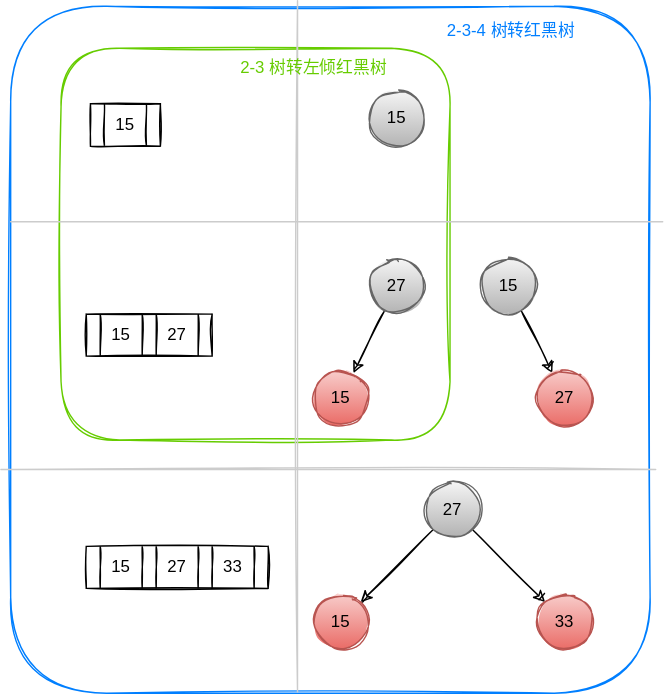
Earlier version of the draw.io export computer/data_structure/tree/btree2rbtree.svg (Jie6/draw.io_store_open). Source tidied: cells renumbered, new cells last; positions are measured from the earlier drawing's top-left corner, leaving out a move shared by most shapes. Source of this version:
```xml
<mxGraphModel>
  <root>
    <mxCell id="0" />
    <mxCell id="1" parent="0" />
    <mxCell id="2" style="rounded=1;whiteSpace=wrap;html=1;sketch=1;fillColor=none;gradientColor=none;strokeColor=#66CC00;" parent="1" vertex="1">
      <mxGeometry x="43" y="34" width="278" height="280" as="geometry" />
    </mxCell>
    <mxCell id="3" style="rounded=1;whiteSpace=wrap;html=1;sketch=1;strokeColor=#007FFF;fillColor=none;gradientColor=none;" parent="1" vertex="1">
      <mxGeometry x="7" y="4" width="457" height="491" as="geometry" />
    </mxCell>
    <mxCell id="4" style="shape=table;html=1;whiteSpace=wrap;startSize=0;sketch=1;" parent="1" vertex="1">
      <mxGeometry x="64" y="73.7" width="50" height="30.3" as="geometry" />
    </mxCell>
    <mxCell id="5" style="shape=tableRow;horizontal=0;startSize=0;swimlaneHead=0;swimlaneBody=0;top=0;left=0;bottom=0;right=0;fillColor=none;sketch=1;" parent="4" vertex="1">
      <mxGeometry width="50" height="30" as="geometry" />
    </mxCell>
    <mxCell id="6" style="shape=partialRectangle;html=1;whiteSpace=wrap;fillColor=none;top=0;left=0;bottom=0;right=0;overflow=hidden;sketch=1;" parent="5" vertex="1">
      <mxGeometry width="10" height="30" as="geometry" />
    </mxCell>
    <mxCell id="7" value="15" style="shape=partialRectangle;html=1;whiteSpace=wrap;fillColor=none;top=0;left=0;bottom=0;right=0;overflow=hidden;sketch=1;" parent="5" vertex="1">
      <mxGeometry x="10" width="30" height="30" as="geometry" />
    </mxCell>
    <mxCell id="8" style="shape=partialRectangle;html=1;whiteSpace=wrap;fillColor=none;top=0;left=0;bottom=0;right=0;overflow=hidden;sketch=1;" parent="5" vertex="1">
      <mxGeometry x="40" width="10" height="30" as="geometry" />
    </mxCell>
    <mxCell id="9" value="15" style="ellipse;whiteSpace=wrap;html=1;fillColor=#f5f5f5;strokeColor=#666666;gradientColor=#b3b3b3;sketch=1;" parent="1" vertex="1">
      <mxGeometry x="263" y="64" width="40" height="40" as="geometry" />
    </mxCell>
    <mxCell id="10" style="shape=table;html=1;whiteSpace=wrap;startSize=0;sketch=1;" parent="1" vertex="1">
      <mxGeometry x="61" y="224" width="90" height="30" as="geometry" />
    </mxCell>
    <mxCell id="11" style="shape=tableRow;horizontal=0;startSize=0;swimlaneHead=0;swimlaneBody=0;top=0;left=0;bottom=0;right=0;fillColor=none;sketch=1;" parent="10" vertex="1">
      <mxGeometry width="90" height="30" as="geometry" />
    </mxCell>
    <mxCell id="12" style="shape=partialRectangle;html=1;whiteSpace=wrap;fillColor=none;top=0;left=0;bottom=0;right=0;overflow=hidden;sketch=1;" parent="11" vertex="1">
      <mxGeometry width="10" height="30" as="geometry" />
    </mxCell>
    <mxCell id="13" value="15" style="shape=partialRectangle;html=1;whiteSpace=wrap;fillColor=none;top=0;left=0;bottom=0;right=0;overflow=hidden;sketch=1;" parent="11" vertex="1">
      <mxGeometry x="10" width="30" height="30" as="geometry" />
    </mxCell>
    <mxCell id="14" style="shape=partialRectangle;html=1;whiteSpace=wrap;fillColor=none;top=0;left=0;bottom=0;right=0;overflow=hidden;sketch=1;" parent="11" vertex="1">
      <mxGeometry x="40" width="10" height="30" as="geometry" />
    </mxCell>
    <mxCell id="15" value="27" style="shape=partialRectangle;html=1;whiteSpace=wrap;fillColor=none;top=0;left=0;bottom=0;right=0;overflow=hidden;sketch=1;" parent="11" vertex="1">
      <mxGeometry x="50" width="30" height="30" as="geometry" />
    </mxCell>
    <mxCell id="16" style="shape=partialRectangle;html=1;whiteSpace=wrap;fillColor=none;top=0;left=0;bottom=0;right=0;overflow=hidden;sketch=1;" parent="11" vertex="1">
      <mxGeometry x="80" width="10" height="30" as="geometry" />
    </mxCell>
    <mxCell id="17" style="rounded=0;sketch=1;jettySize=auto;html=1;" parent="1" edge="1" source="18" target="19">
      <mxGeometry relative="1" as="geometry" />
    </mxCell>
    <mxCell id="18" value="27" style="ellipse;whiteSpace=wrap;html=1;fillColor=#f5f5f5;strokeColor=#666666;sketch=1;gradientColor=#b3b3b3;" parent="1" vertex="1">
      <mxGeometry x="263" y="184" width="40" height="40" as="geometry" />
    </mxCell>
    <mxCell id="19" value="15" style="ellipse;whiteSpace=wrap;html=1;fillColor=#f8cecc;strokeColor=#b85450;sketch=1;gradientColor=#ea6b66;" parent="1" vertex="1">
      <mxGeometry x="223" y="264" width="40" height="40" as="geometry" />
    </mxCell>
    <mxCell id="20" style="edgeStyle=none;rounded=0;sketch=1;jettySize=auto;html=1;" parent="1" edge="1" source="21" target="22">
      <mxGeometry relative="1" as="geometry" />
    </mxCell>
    <mxCell id="21" value="15" style="ellipse;whiteSpace=wrap;html=1;fillColor=#f5f5f5;strokeColor=#666666;gradientColor=#b3b3b3;sketch=1;" parent="1" vertex="1">
      <mxGeometry x="343" y="184" width="40" height="40" as="geometry" />
    </mxCell>
    <mxCell id="22" value="27" style="ellipse;whiteSpace=wrap;html=1;fillColor=#f8cecc;strokeColor=#b85450;sketch=1;gradientColor=#ea6b66;" parent="1" vertex="1">
      <mxGeometry x="383" y="264" width="40" height="40" as="geometry" />
    </mxCell>
    <mxCell id="23" style="shape=table;html=1;whiteSpace=wrap;startSize=0;sketch=1;" parent="1" vertex="1">
      <mxGeometry x="61" y="390" width="130" height="30" as="geometry" />
    </mxCell>
    <mxCell id="24" style="shape=tableRow;horizontal=0;startSize=0;swimlaneHead=0;swimlaneBody=0;top=0;left=0;bottom=0;right=0;fillColor=none;sketch=1;" parent="23" vertex="1">
      <mxGeometry width="130" height="30" as="geometry" />
    </mxCell>
    <mxCell id="25" style="shape=partialRectangle;html=1;whiteSpace=wrap;fillColor=none;top=0;left=0;bottom=0;right=0;overflow=hidden;sketch=1;" parent="24" vertex="1">
      <mxGeometry width="10" height="30" as="geometry" />
    </mxCell>
    <mxCell id="26" value="15" style="shape=partialRectangle;html=1;whiteSpace=wrap;fillColor=none;top=0;left=0;bottom=0;right=0;overflow=hidden;sketch=1;" parent="24" vertex="1">
      <mxGeometry x="10" width="30" height="30" as="geometry" />
    </mxCell>
    <mxCell id="27" style="shape=partialRectangle;html=1;whiteSpace=wrap;fillColor=none;top=0;left=0;bottom=0;right=0;overflow=hidden;sketch=1;" parent="24" vertex="1">
      <mxGeometry x="40" width="10" height="30" as="geometry" />
    </mxCell>
    <mxCell id="28" value="27" style="shape=partialRectangle;html=1;whiteSpace=wrap;fillColor=none;top=0;left=0;bottom=0;right=0;overflow=hidden;sketch=1;" parent="24" vertex="1">
      <mxGeometry x="50" width="30" height="30" as="geometry" />
    </mxCell>
    <mxCell id="29" style="shape=partialRectangle;html=1;whiteSpace=wrap;fillColor=none;top=0;left=0;bottom=0;right=0;overflow=hidden;sketch=1;" parent="24" vertex="1">
      <mxGeometry x="80" width="10" height="30" as="geometry" />
    </mxCell>
    <mxCell id="30" value="33" style="shape=partialRectangle;html=1;whiteSpace=wrap;fillColor=none;top=0;left=0;bottom=0;right=0;overflow=hidden;sketch=1;" parent="24" vertex="1">
      <mxGeometry x="90" width="30" height="30" as="geometry" />
    </mxCell>
    <mxCell id="31" style="shape=partialRectangle;html=1;whiteSpace=wrap;fillColor=none;top=0;left=0;bottom=0;right=0;overflow=hidden;sketch=1;" parent="24" vertex="1">
      <mxGeometry x="120" width="10" height="30" as="geometry" />
    </mxCell>
    <mxCell id="32" style="rounded=0;sketch=1;jettySize=auto;html=1;" parent="1" edge="1" source="34" target="35">
      <mxGeometry relative="1" as="geometry" />
    </mxCell>
    <mxCell id="33" style="edgeStyle=none;rounded=0;sketch=1;jettySize=auto;html=1;" parent="1" edge="1" source="34" target="36">
      <mxGeometry relative="1" as="geometry" />
    </mxCell>
    <mxCell id="34" value="27" style="ellipse;whiteSpace=wrap;html=1;fillColor=#f5f5f5;strokeColor=#666666;sketch=1;gradientColor=#b3b3b3;" parent="1" vertex="1">
      <mxGeometry x="303" y="344" width="40" height="40" as="geometry" />
    </mxCell>
    <mxCell id="35" value="15" style="ellipse;whiteSpace=wrap;html=1;fillColor=#f8cecc;strokeColor=#b85450;sketch=1;gradientColor=#ea6b66;" parent="1" vertex="1">
      <mxGeometry x="223" y="424" width="40" height="40" as="geometry" />
    </mxCell>
    <mxCell id="36" value="33" style="ellipse;whiteSpace=wrap;html=1;fillColor=#f8cecc;strokeColor=#b85450;sketch=1;gradientColor=#ea6b66;" parent="1" vertex="1">
      <mxGeometry x="383" y="424" width="40" height="40" as="geometry" />
    </mxCell>
    <mxCell id="37" style="endArrow=none;html=1;sketch=1;strokeColor=#CCCCCC;rounded=0;" parent="1" edge="1">
      <mxGeometry relative="1" as="geometry">
        <mxPoint x="473" y="158" as="sourcePoint" />
        <mxPoint x="7" y="158" as="targetPoint" />
      </mxGeometry>
    </mxCell>
    <mxCell id="38" style="endArrow=none;html=1;sketch=1;strokeColor=#CCCCCC;rounded=0;" parent="1" edge="1">
      <mxGeometry relative="1" as="geometry">
        <mxPoint x="468" y="335" as="sourcePoint" />
        <mxPoint y="335" as="targetPoint" />
      </mxGeometry>
    </mxCell>
    <mxCell id="39" style="endArrow=none;html=1;sketch=1;strokeColor=#CCCCCC;rounded=0;" parent="1" edge="1">
      <mxGeometry relative="1" as="geometry">
        <mxPoint x="212" as="sourcePoint" />
        <mxPoint x="212" y="494" as="targetPoint" />
      </mxGeometry>
    </mxCell>
    <mxCell id="40" value="2-3-4 树转红黑树&amp;nbsp;" style="text;html=1;align=center;verticalAlign=middle;strokeColor=none;fillColor=none;fontColor=#007FFF;" parent="1" vertex="1">
      <mxGeometry x="314" y="13" width="104" height="18" as="geometry" />
    </mxCell>
    <mxCell id="41" value="2-3 树转左倾红黑树&amp;nbsp;" style="text;html=1;align=center;verticalAlign=middle;strokeColor=none;fillColor=none;fontColor=#66CC00;" parent="1" vertex="1">
      <mxGeometry x="166" y="39" width="118" height="18" as="geometry" />
    </mxCell>
  </root>
</mxGraphModel>
```
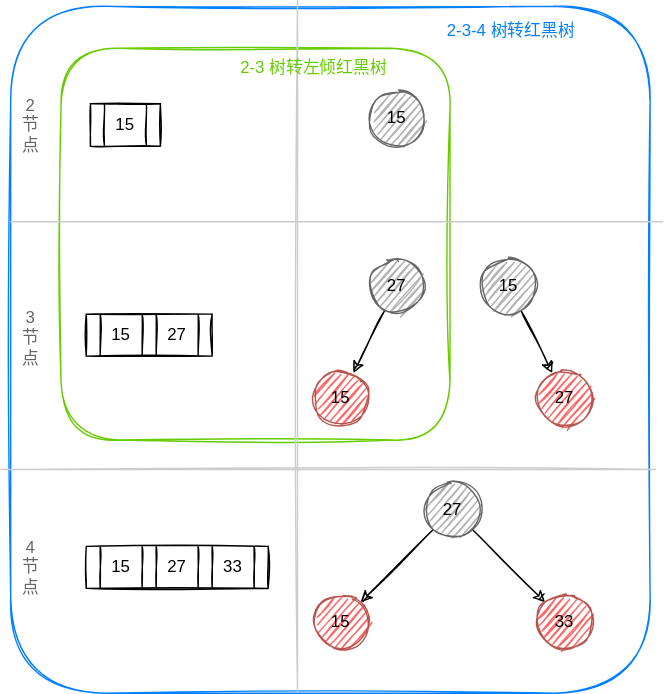
The same file after the commit.

Change to the diagram source:
```diff
@@ -23,7 +23,7 @@
     <mxCell id="8" style="shape=partialRectangle;html=1;whiteSpace=wrap;fillColor=none;top=0;left=0;bottom=0;right=0;overflow=hidden;sketch=1;" parent="5" vertex="1">
       <mxGeometry x="40" width="10" height="30" as="geometry" />
     </mxCell>
-    <mxCell id="9" value="15" style="ellipse;whiteSpace=wrap;html=1;fillColor=#f5f5f5;strokeColor=#666666;gradientColor=#b3b3b3;sketch=1;" parent="1" vertex="1">
+    <mxCell id="9" value="15" style="ellipse;whiteSpace=wrap;html=1;fillColor=#B3B3B3;strokeColor=#666666;gradientColor=none;sketch=1;" parent="1" vertex="1">
       <mxGeometry x="263" y="64" width="40" height="40" as="geometry" />
     </mxCell>
     <mxCell id="10" style="shape=table;html=1;whiteSpace=wrap;startSize=0;sketch=1;" parent="1" vertex="1">
@@ -50,19 +50,19 @@
     <mxCell id="17" style="rounded=0;sketch=1;jettySize=auto;html=1;" parent="1" edge="1" source="18" target="19">
       <mxGeometry relative="1" as="geometry" />
     </mxCell>
-    <mxCell id="18" value="27" style="ellipse;whiteSpace=wrap;html=1;fillColor=#f5f5f5;strokeColor=#666666;sketch=1;gradientColor=#b3b3b3;" parent="1" vertex="1">
+    <mxCell id="18" value="27" style="ellipse;whiteSpace=wrap;html=1;fillColor=#B3B3B3;strokeColor=#666666;sketch=1;gradientColor=none;fillStyle=auto;" parent="1" vertex="1">
       <mxGeometry x="263" y="184" width="40" height="40" as="geometry" />
     </mxCell>
-    <mxCell id="19" value="15" style="ellipse;whiteSpace=wrap;html=1;fillColor=#f8cecc;strokeColor=#b85450;sketch=1;gradientColor=#ea6b66;" parent="1" vertex="1">
+    <mxCell id="19" value="15" style="ellipse;whiteSpace=wrap;html=1;fillColor=#FF6666;strokeColor=#b85450;sketch=1;gradientColor=none;" parent="1" vertex="1">
       <mxGeometry x="223" y="264" width="40" height="40" as="geometry" />
     </mxCell>
     <mxCell id="20" style="edgeStyle=none;rounded=0;sketch=1;jettySize=auto;html=1;" parent="1" edge="1" source="21" target="22">
       <mxGeometry relative="1" as="geometry" />
     </mxCell>
-    <mxCell id="21" value="15" style="ellipse;whiteSpace=wrap;html=1;fillColor=#f5f5f5;strokeColor=#666666;gradientColor=#b3b3b3;sketch=1;" parent="1" vertex="1">
+    <mxCell id="21" value="15" style="ellipse;whiteSpace=wrap;html=1;fillColor=#B3B3B3;strokeColor=#666666;gradientColor=none;sketch=1;" parent="1" vertex="1">
       <mxGeometry x="343" y="184" width="40" height="40" as="geometry" />
     </mxCell>
-    <mxCell id="22" value="27" style="ellipse;whiteSpace=wrap;html=1;fillColor=#f8cecc;strokeColor=#b85450;sketch=1;gradientColor=#ea6b66;" parent="1" vertex="1">
+    <mxCell id="22" value="27" style="ellipse;whiteSpace=wrap;html=1;fillColor=#FF6666;strokeColor=#b85450;sketch=1;gradientColor=none;fillStyle=auto;" parent="1" vertex="1">
       <mxGeometry x="383" y="264" width="40" height="40" as="geometry" />
     </mxCell>
     <mxCell id="23" style="shape=table;html=1;whiteSpace=wrap;startSize=0;sketch=1;" parent="1" vertex="1">
@@ -98,13 +98,13 @@
     <mxCell id="33" style="edgeStyle=none;rounded=0;sketch=1;jettySize=auto;html=1;" parent="1" edge="1" source="34" target="36">
       <mxGeometry relative="1" as="geometry" />
     </mxCell>
-    <mxCell id="34" value="27" style="ellipse;whiteSpace=wrap;html=1;fillColor=#f5f5f5;strokeColor=#666666;sketch=1;gradientColor=#b3b3b3;" parent="1" vertex="1">
+    <mxCell id="34" value="27" style="ellipse;whiteSpace=wrap;html=1;fillColor=#B3B3B3;strokeColor=#666666;sketch=1;gradientColor=none;gradientDirection=radial;fillStyle=auto;" parent="1" vertex="1">
       <mxGeometry x="303" y="344" width="40" height="40" as="geometry" />
     </mxCell>
-    <mxCell id="35" value="15" style="ellipse;whiteSpace=wrap;html=1;fillColor=#f8cecc;strokeColor=#b85450;sketch=1;gradientColor=#ea6b66;" parent="1" vertex="1">
+    <mxCell id="35" value="15" style="ellipse;whiteSpace=wrap;html=1;fillColor=#FF6666;strokeColor=#b85450;sketch=1;gradientColor=none;" parent="1" vertex="1">
       <mxGeometry x="223" y="424" width="40" height="40" as="geometry" />
     </mxCell>
-    <mxCell id="36" value="33" style="ellipse;whiteSpace=wrap;html=1;fillColor=#f8cecc;strokeColor=#b85450;sketch=1;gradientColor=#ea6b66;" parent="1" vertex="1">
+    <mxCell id="36" value="33" style="ellipse;whiteSpace=wrap;html=1;fillColor=#FF6666;strokeColor=#b85450;sketch=1;gradientColor=none;" parent="1" vertex="1">
       <mxGeometry x="383" y="424" width="40" height="40" as="geometry" />
     </mxCell>
     <mxCell id="37" style="endArrow=none;html=1;sketch=1;strokeColor=#CCCCCC;rounded=0;" parent="1" edge="1">
@@ -131,5 +131,14 @@
     <mxCell id="41" value="2-3 树转左倾红黑树&amp;nbsp;" style="text;html=1;align=center;verticalAlign=middle;strokeColor=none;fillColor=none;fontColor=#66CC00;" parent="1" vertex="1">
       <mxGeometry x="166" y="39" width="118" height="18" as="geometry" />
     </mxCell>
+    <mxCell id="42" value="2&lt;br&gt;节&lt;br&gt;点" style="text;html=1;align=center;verticalAlign=middle;strokeColor=none;fillColor=none;sketch=0;horizontal=1;fontColor=#666666;" parent="1" vertex="1">
+      <mxGeometry x="10" y="65.8" width="22" height="46" as="geometry" />
+    </mxCell>
+    <mxCell id="43" value="3&lt;br&gt;节&lt;br&gt;点" style="text;html=1;align=center;verticalAlign=middle;strokeColor=none;fillColor=none;fontColor=#666666;" parent="1" vertex="1">
+      <mxGeometry x="10" y="218" width="22" height="46" as="geometry" />
+    </mxCell>
+    <mxCell id="44" value="4&lt;br&gt;节&lt;br&gt;点" style="text;html=1;align=center;verticalAlign=middle;strokeColor=none;fillColor=none;fontColor=#666666;" parent="1" vertex="1">
+      <mxGeometry x="10" y="382" width="22" height="46" as="geometry" />
+    </mxCell>
   </root>
 </mxGraphModel>
```
